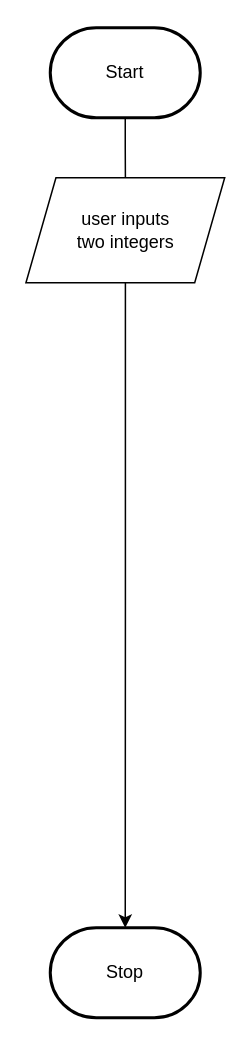
Before: design/flowchart.drawio in MTHS-ICS2O-2-2022/ICS2O-Unit-5-08-Yuri-Gabutero24, a draw.io diagram. Source tidied: cells renumbered, new cells numbered last; positions are measured from the earlier drawing's top-left corner, leaving out a move shared by most shapes. Both pictures are drawn from the tidied source at 150%, with x=0, y=0 at pixel (26, 27).
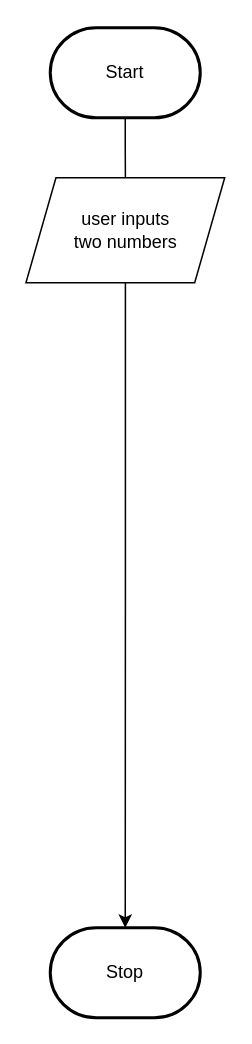
Above is the later version.

Change to the diagram source:
```diff
@@
 <mxGraphModel>
   <root>
     <mxCell id="0" />
     <mxCell id="1" parent="0" />
     <mxCell id="2" style="edgeStyle=orthogonalEdgeStyle;html=1;rounded=0;startArrow=none;" parent="1" edge="1" source="6" target="4">
       <mxGeometry relative="1" as="geometry" />
     </mxCell>
     <mxCell id="3" value="Start" style="strokeWidth=2;html=1;shape=mxgraph.flowchart.terminator;whiteSpace=wrap;" parent="1" vertex="1">
       <mxGeometry x="16" width="100" height="60" as="geometry" />
     </mxCell>
     <mxCell id="4" value="Stop" style="strokeWidth=2;html=1;shape=mxgraph.flowchart.terminator;whiteSpace=wrap;" parent="1" vertex="1">
       <mxGeometry x="16" y="600" width="100" height="60" as="geometry" />
     </mxCell>
     <mxCell id="5" style="edgeStyle=orthogonalEdgeStyle;html=1;rounded=0;endArrow=none;" parent="1" edge="1" source="3" target="6">
       <mxGeometry relative="1" as="geometry" />
     </mxCell>
-    <mxCell id="6" value="user inputs &lt;br&gt;two integers" style="shape=parallelogram;perimeter=parallelogramPerimeter;whiteSpace=wrap;html=1;fixedSize=1;" parent="1" vertex="1">
+    <mxCell id="6" value="user inputs &lt;br&gt;two numbers" style="shape=parallelogram;perimeter=parallelogramPerimeter;whiteSpace=wrap;html=1;fixedSize=1;" parent="1" vertex="1">
       <mxGeometry x="-0.2" y="100" width="132.5" height="70" as="geometry" />
     </mxCell>
   </root>
 </mxGraphModel>
```
